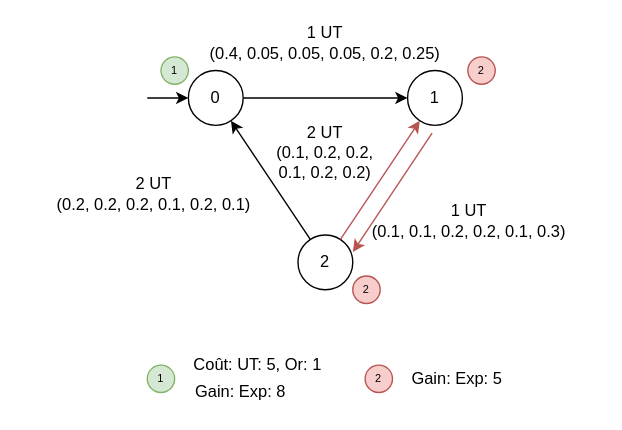
Before: doc/img/simple_model.drawio in Reynault/Model_Checking, a draw.io diagram. Source tidied: cells renumbered, new cells numbered last; positions are measured from the earlier drawing's top-left corner, leaving out a move shared by most shapes. Both pictures are drawn from the tidied source at 137%, with x=0, y=0 at pixel (23, 29).
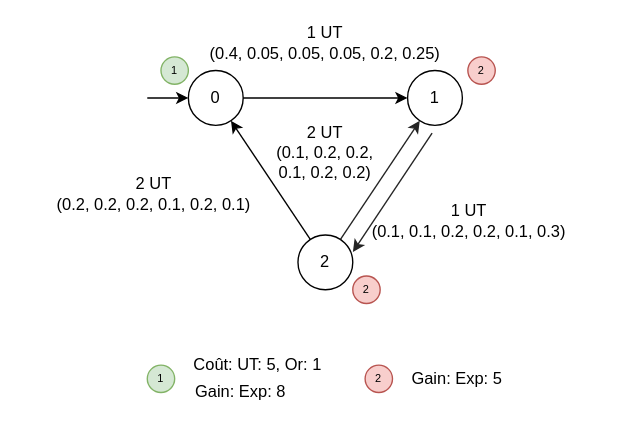
After the change.

The change refers to these unchanged cells:
```xml
<mxCell id="3" value="2" style="ellipse;whiteSpace=wrap;html=1;" parent="1" vertex="1">
  <mxGeometry x="200" y="150" width="40" height="40" as="geometry" />
</mxCell>
<mxCell id="4" value="1" style="ellipse;whiteSpace=wrap;html=1;" parent="1" vertex="1">
  <mxGeometry x="280" y="30" width="40" height="40" as="geometry" />
</mxCell>
```

Change to the diagram source:
```diff
@@
-    <mxCell id="7" style="endArrow=classic;html=1;fillColor=#f8cecc;strokeColor=#b85450;" parent="1" edge="1" source="3" target="4">
+    <mxCell id="7" style="endArrow=classic;html=1;fillColor=#f8cecc;strokeColor=#242424;" parent="1" edge="1" source="3" target="4">
       <mxGeometry relative="1" as="geometry" />
     </mxCell>
-    <mxCell id="8" style="endArrow=classic;html=1;fillColor=#f8cecc;strokeColor=#b85450;" parent="1" edge="1">
+    <mxCell id="8" style="endArrow=classic;html=1;fillColor=#f8cecc;strokeColor=#242424;" parent="1" edge="1">
       <mxGeometry relative="1" as="geometry">
         <mxPoint x="297.9" y="75.6" as="sourcePoint" />
         <mxPoint x="240.1" y="162.4" as="targetPoint" />
       </mxGeometry>
     </mxCell>
```
